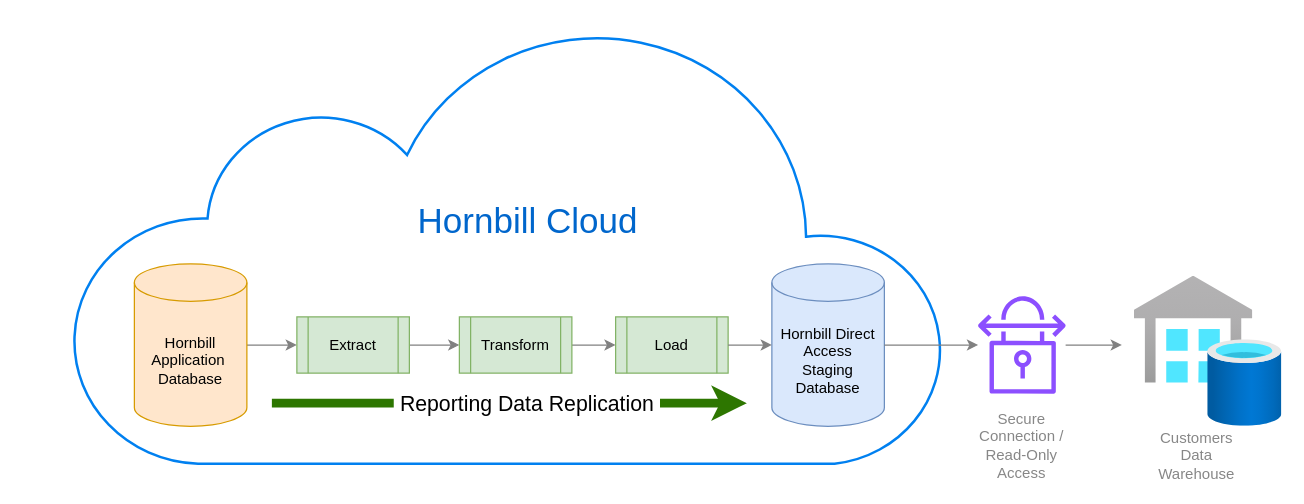
Above: resources/direct-database-access.drawio in Hornbill-Docs/esp-fundamentals (draw.io), before the change. Source tidied: cells renumbered, new cells numbered last; positions are measured from the earlier drawing's top-left corner, leaving out a move shared by most shapes. Both pictures are drawn from the tidied source at 125%, with x=0, y=0 at pixel (71, 22).
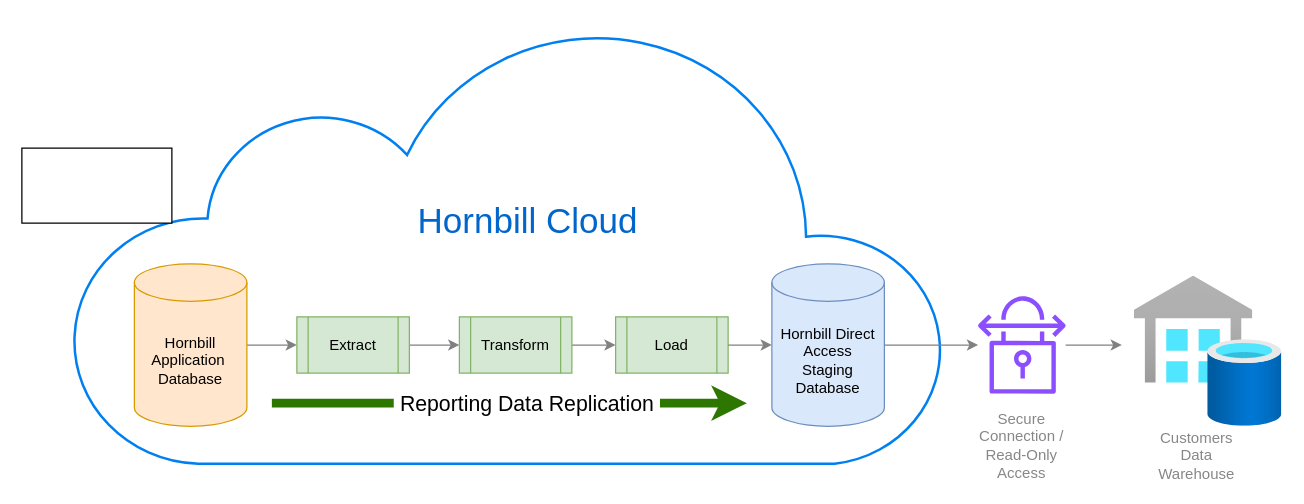
Above is the later version.

The edit, as a diff of the source:
```diff
@@
+    <mxCell id="22" style="whiteSpace=wrap;html=1;" parent="1" vertex="1">
+      <mxGeometry x="-40" y="100" width="120" height="60" as="geometry" />
+    </mxCell>
```
